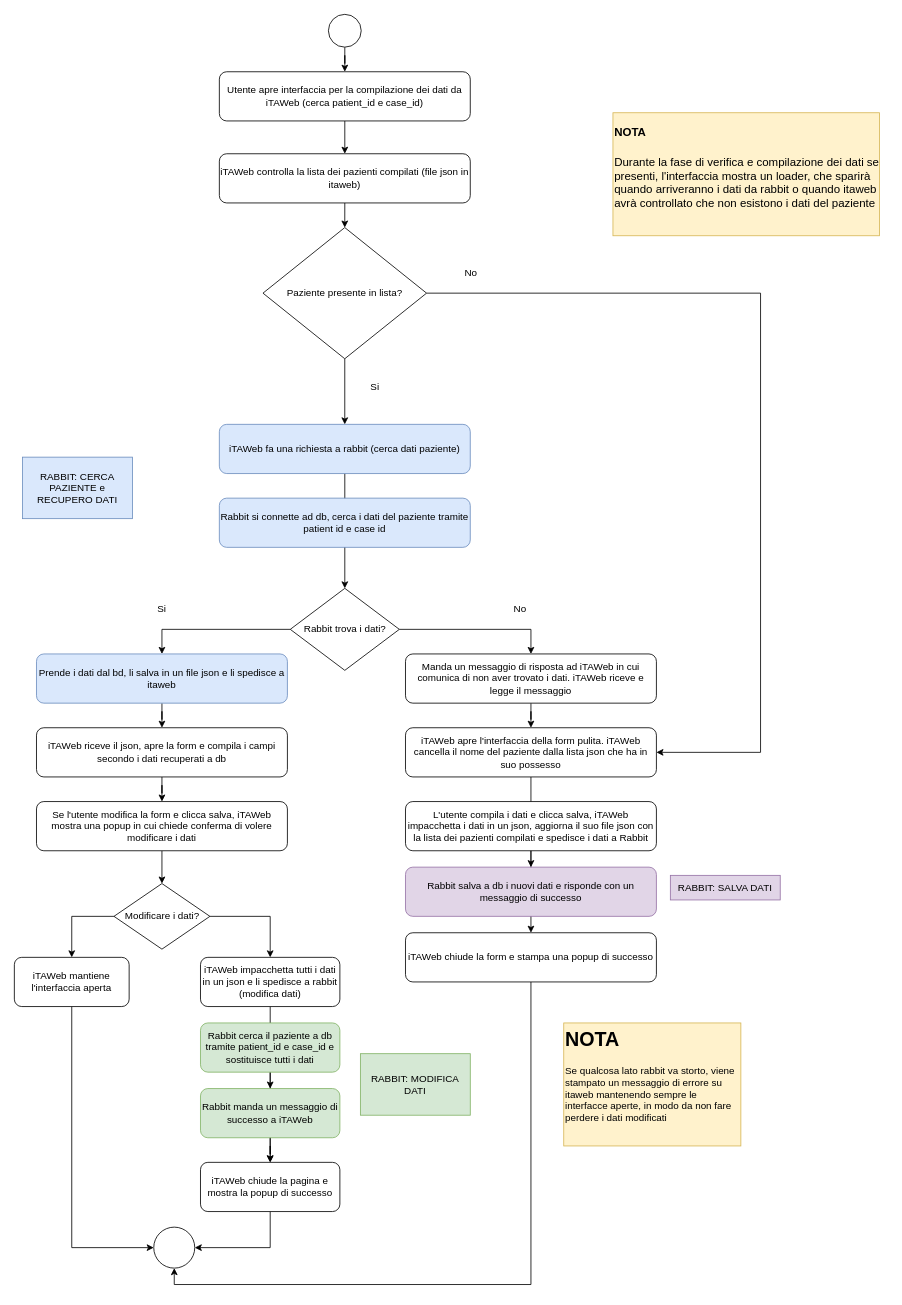
gfiorellaTA/iTAWeb keeps this draw.io diagram as page "Salvataggio dati db def" (1 of 3) of Flussi.drawio. Above is the earlier version. Source tidied: cells renumbered, new cells numbered last; positions are measured from the earlier drawing's top-left corner, leaving out a move shared by most shapes. Both pictures are drawn from the tidied source at 82%, with x=0, y=0 at pixel (14, 14).
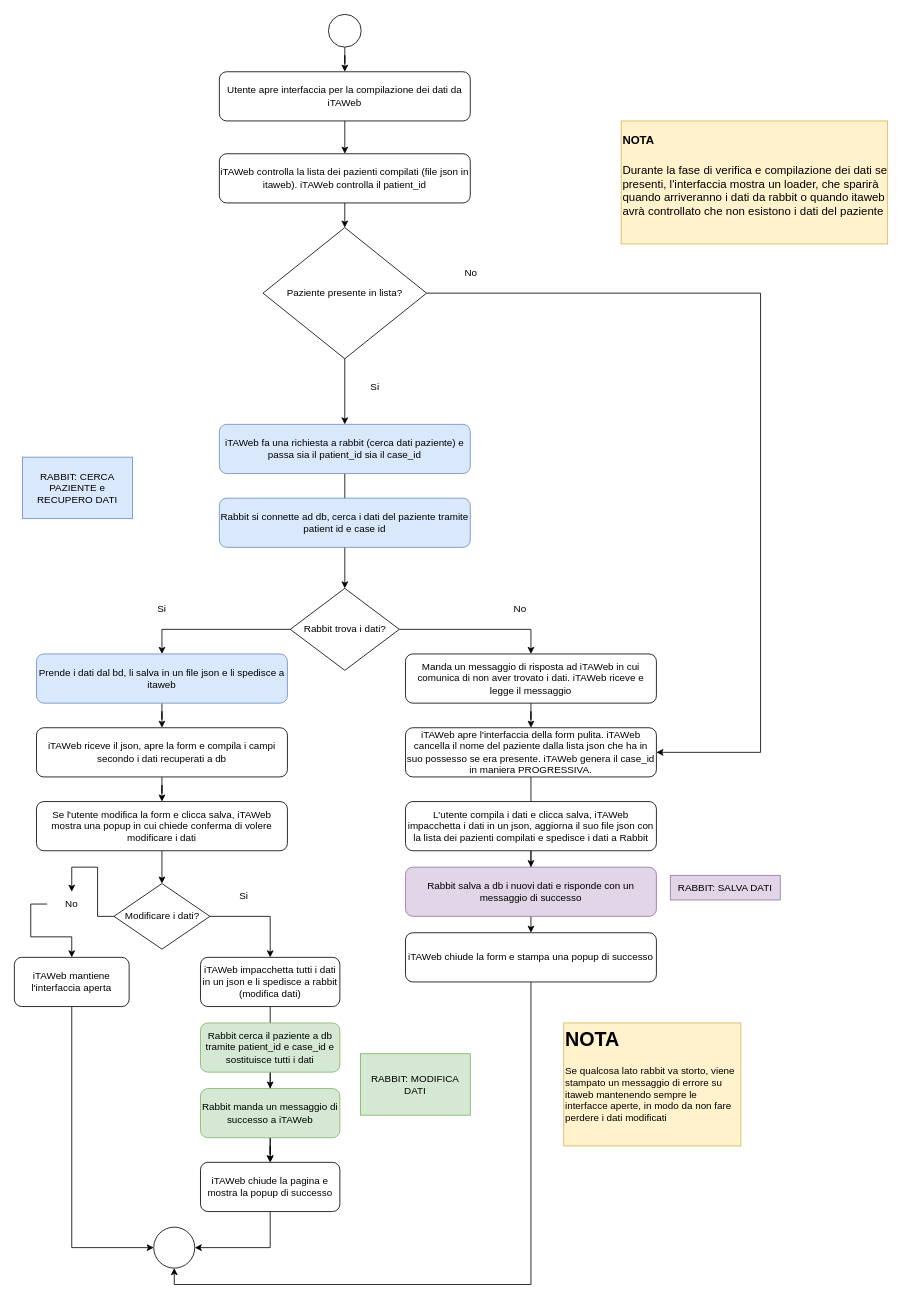
The same page after the edit.

Unchanged cells that the change refers to:
```xml
<mxCell id="29" value="Modificare i dati?" style="rhombus;whiteSpace=wrap;html=1;" parent="1" vertex="1">
  <mxGeometry x="121.5" y="1060" width="117" height="80" as="geometry" />
</mxCell>
<mxCell id="31" value="iTAWeb mantiene l'interfaccia aperta" style="rounded=1;whiteSpace=wrap;html=1;" parent="1" vertex="1">
  <mxGeometry y="1150" width="140" height="60" as="geometry" />
</mxCell>
```

What changed in the source:
```diff
@@
-    <mxCell id="3" value="Utente apre interfaccia per la compilazione dei dati da iTAWeb (cerca patient_id e case_id)" style="rounded=1;whiteSpace=wrap;html=1;" parent="1" vertex="1">
+    <mxCell id="3" value="Utente apre interfaccia per la compilazione dei dati da iTAWeb" style="rounded=1;whiteSpace=wrap;html=1;" parent="1" vertex="1">
       <mxGeometry x="250" y="70" width="306" height="60" as="geometry" />
     </mxCell>
@@
-    <mxCell id="7" value="iTAWeb fa una richiesta a rabbit (cerca dati paziente)" style="rounded=1;whiteSpace=wrap;html=1;fillColor=#dae8fc;strokeColor=#6c8ebf;" parent="1" vertex="1">
+    <mxCell id="7" value="iTAWeb fa una richiesta a rabbit (cerca dati paziente) e passa sia il patient_id sia il case_id" style="rounded=1;whiteSpace=wrap;html=1;fillColor=#dae8fc;strokeColor=#6c8ebf;" parent="1" vertex="1">
       <mxGeometry x="250" y="500" width="306" height="60" as="geometry" />
     </mxCell>
@@
-    <mxCell id="19" value="iTAWeb apre l'interfaccia della form pulita. iTAWeb cancella il nome del paziente dalla lista json che ha in suo possesso" style="rounded=1;whiteSpace=wrap;html=1;" parent="1" vertex="1">
+    <mxCell id="19" value="iTAWeb apre l'interfaccia della form pulita. iTAWeb cancella il nome del paziente dalla lista json che ha in suo possesso se era presente. iTAWeb genera il case_id in maniera PROGRESSIVA." style="rounded=1;whiteSpace=wrap;html=1;" parent="1" vertex="1">
       <mxGeometry x="477" y="870" width="306" height="60" as="geometry" />
     </mxCell>
@@
-    <mxCell id="27" style="edgeStyle=orthogonalEdgeStyle;rounded=0;jettySize=auto;html=1;entryX=0.5;entryY=0;entryDx=0;entryDy=0;exitX=0;exitY=0.5;exitDx=0;exitDy=0;" parent="1" edge="1" source="29" target="31">
+    <mxCell id="27" style="edgeStyle=orthogonalEdgeStyle;rounded=0;jettySize=auto;html=1;entryX=0.5;entryY=0;entryDx=0;entryDy=0;exitX=0;exitY=0.5;exitDx=0;exitDy=0;" parent="1" edge="1" source="57" target="31">
       <mxGeometry relative="1" as="geometry" />
     </mxCell>
@@
-    <mxCell id="48" value="iTAWeb controlla la lista dei pazienti compilati (file json in itaweb)" style="rounded=1;whiteSpace=wrap;html=1;" parent="1" vertex="1">
+    <mxCell id="48" value="iTAWeb controlla la lista dei pazienti compilati (file json in itaweb). iTAWeb controlla il patient_id" style="rounded=1;whiteSpace=wrap;html=1;" parent="1" vertex="1">
       <mxGeometry x="250" y="170" width="306" height="60" as="geometry" />
     </mxCell>
@@
     <mxCell id="54" value="&lt;h1 style=&quot;margin-top: 0px;&quot;&gt;&lt;font style=&quot;font-size: 14px;&quot;&gt;NOTA&lt;/font&gt;&lt;/h1&gt;&lt;div&gt;&lt;font style=&quot;font-size: 14px;&quot;&gt;Durante la fase di verifica e compilazione dei dati se presenti, l'interfaccia mostra un loader, che sparirà quando arriveranno i dati da rabbit o quando itaweb avrà controllato che non esistono i dati del paziente&lt;/font&gt;&lt;/div&gt;" style="text;html=1;whiteSpace=wrap;overflow=hidden;rounded=0;fillColor=#fff2cc;strokeColor=#d6b656;" parent="1" vertex="1">
-      <mxGeometry x="730" y="120" width="325" height="150" as="geometry" />
+      <mxGeometry x="740" y="130" width="325" height="150" as="geometry" />
     </mxCell>
+    <mxCell id="55" value="Si" style="text;html=1;align=center;verticalAlign=middle;whiteSpace=wrap;rounded=0;" parent="1" vertex="1">
+      <mxGeometry x="250" y="1060" width="60" height="30" as="geometry" />
+    </mxCell>
+    <mxCell id="56" style="edgeStyle=orthogonalEdgeStyle;rounded=0;jettySize=auto;html=1;entryX=0.5;entryY=0;entryDx=0;entryDy=0;exitX=0;exitY=0.5;exitDx=0;exitDy=0;" parent="1" edge="1" source="29" target="57">
+      <mxGeometry relative="1" as="geometry" />
+    </mxCell>
+    <mxCell id="57" value="No" style="text;html=1;align=center;verticalAlign=middle;whiteSpace=wrap;rounded=0;" parent="1" vertex="1">
+      <mxGeometry x="40" y="1070" width="60" height="30" as="geometry" />
+    </mxCell>
```
